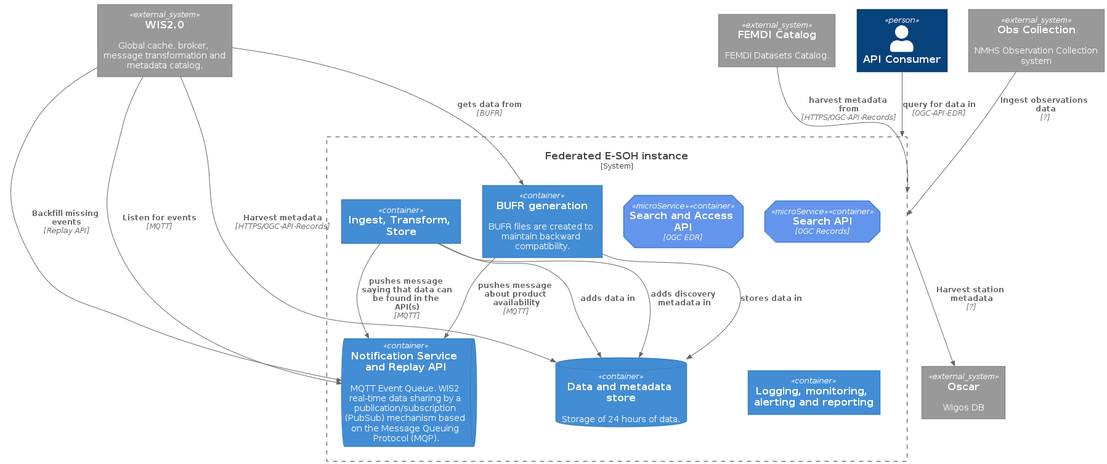
This is c4-context.png from EURODEO/e-soh-c4, a PlantUML export, as it was before one commit.
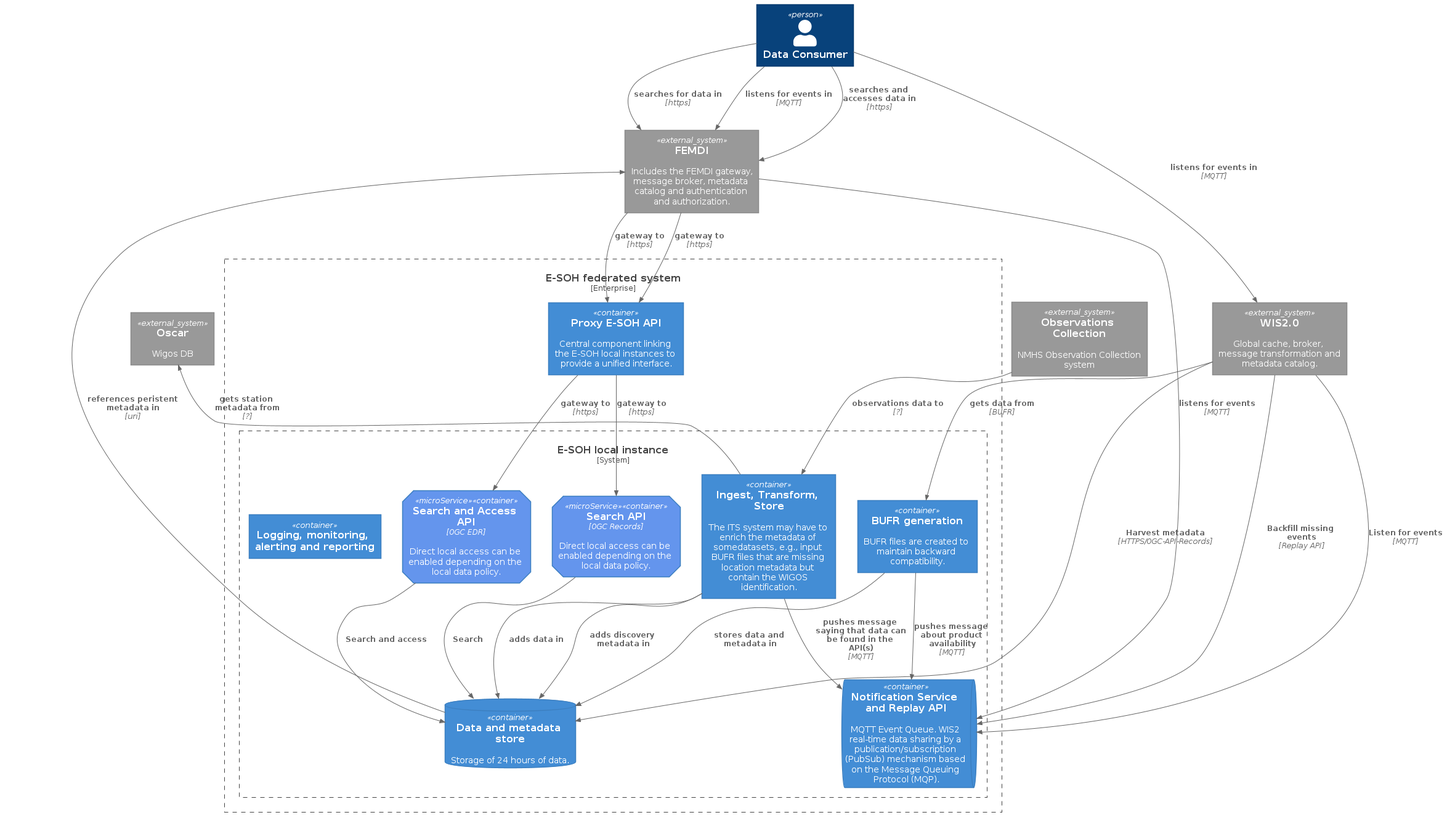
Above is the later version.

Diff of the diagram source:
```diff
@@ -3,30 +3,36 @@
 
 AddElementTag("microService", $shape=EightSidedShape(), $bgColor="CornflowerBlue", $fontColor="white", $legendText="micro service\neight sided")
 
-System_Ext(FEMDICatalog, "FEMDI Catalog", "FEMDI Datasets Catalog.")
+System_Ext(femdi, "FEMDI", "Includes the FEMDI gateway, message broker, metadata catalog and authentication and authorization.")
 
 System_Ext(wis2, "WIS2.0", "Global cache, broker, message transformation and metadata catalog.")
 
 
-Person(APIConsumer, "API Consumer")
+Person(consumer, "Data Consumer")
 
-System_Boundary(ESOH, "Federated E-SOH instance"){
+Enterprise_Boundary(esoh_all, "E-SOH federated system"){
+  Container(proxy, "Proxy E-SOH API", "", "Central component linking the E-SOH local instances to provide a unified interface.")
+
+  System_Boundary(esoh_fed, "E-SOH local instance"){
     ContainerQueue(queue, "Notification Service and Replay API", "", "MQTT Event Queue. WIS2 real-time data sharing by a publication/subscription (PubSub) mechanism based on the Message Queuing Protocol (MQP).")
-    Container(its, "Ingest, Transform, Store", "", "")
-    Container(edr, "Search and Access API", "OGC EDR", "", $tags = "microService")
-    Container(records, "Search API", "OGC Records", "", $tags = "microService")
+    Container(its, "Ingest, Transform, Store", "", "The ITS system may have to enrich the metadata of somedatasets, e.g., input BUFR files that are missing location metadata but contain the WIGOS identification.")
+    Container(edr, "Search and Access API", "OGC EDR", "Direct local access can be enabled depending on the local data policy.", $tags = "microService")
+    Container(records, "Search API", "OGC Records", "Direct local access can be enabled depending on the local data policy.", $tags = "microService")
     Container(bufr_generator, "BUFR generation", "", "BUFR files are created to maintain backward compatibility.")
     ContainerDb(data_store, "Data and metadata store", "", "Storage of 24 hours of data.")
     Container(lmar, "Logging, monitoring, alerting and reporting", "", "")
+  }
 }
 
+System_Ext(oscar, "Oscar", "Wigos DB")
+System_Ext(ObsCollection,"Observations Collection", "NMHS Observation Collection system")
 
-
-System_Ext(Oscar, "Oscar", "Wigos DB")
-System_Ext(ObsCollection,"Obs Collection", "NMHS Observation Collection system")
-
+Rel(femdi, queue, "listens for events", "MQTT")
+Rel(data_store, femdi, "references peristent metadata in", "uri")
+Rel(edr,  data_store, "Search and access", "")
+Rel(records, data_store, "Search", "")
 Rel(bufr_generator, queue, "pushes message about product availability", "MQTT")
-Rel(bufr_generator, data_store, "stores data in", "")
+Rel(bufr_generator, data_store, "stores data and metadata in", "")
 
 Rel(its, data_store, "adds data in", "")
 Rel(its, data_store, "adds discovery metadata in", "")
@@ -38,10 +44,16 @@
 
 Rel(wis2, bufr_generator, "gets data from", "BUFR")
 
-Rel(FEMDICatalog, ESOH, "harvest metadata from", "HTTPS/OGC-API-Records")
-Rel(APIConsumer, ESOH, "query for data in", "OGC-API-EDR")
+Rel(consumer, femdi, "searches and accesses data in", "https")
+Rel(consumer, femdi, "searches for data in", "https")
+Rel(consumer, femdi, "listens for events in", "MQTT")
+Rel(consumer, wis2, "listens for events in", "MQTT")
+Rel(proxy, edr, "gateway to", "https")
+Rel(proxy, records, "gateway to", "https")
+Rel(femdi, proxy, "gateway to", "https")
+Rel(femdi, proxy, "gateway to", "https")
 
-Rel(ESOH, Oscar, "Harvest station metadata", "?")
-Rel(ObsCollection, ESOH, "Ingest observations data", "?")
+Rel_U(its, oscar, "gets station metadata from", "?")
+Rel(ObsCollection, its, "observations data to", "?")
 
 @enduml
```
